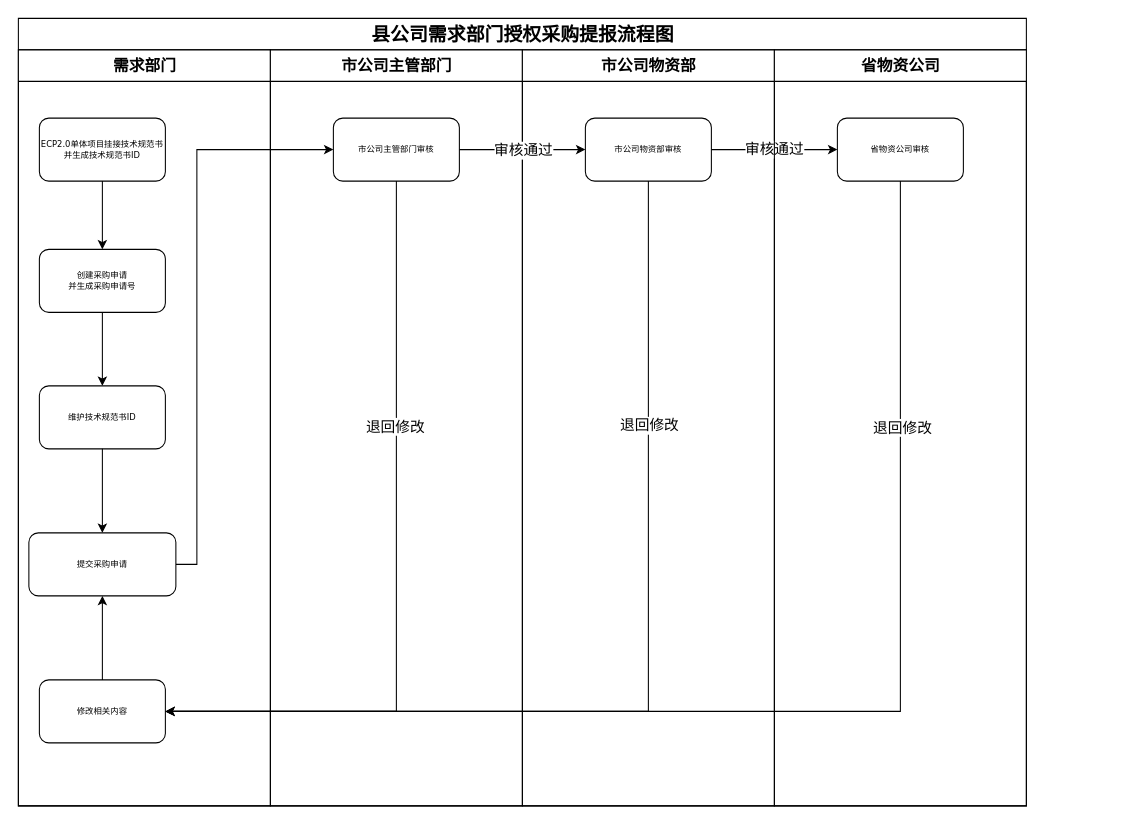
Above: 县公司提报流程.drawio in KongValley/hugo (draw.io), before the change. Source tidied: cells renumbered, new cells numbered last; positions are measured from the earlier drawing's top-left corner, leaving out a move shared by most shapes. Both pictures are drawn from the tidied source at 105%, with x=0, y=0 at pixel (18, 18).
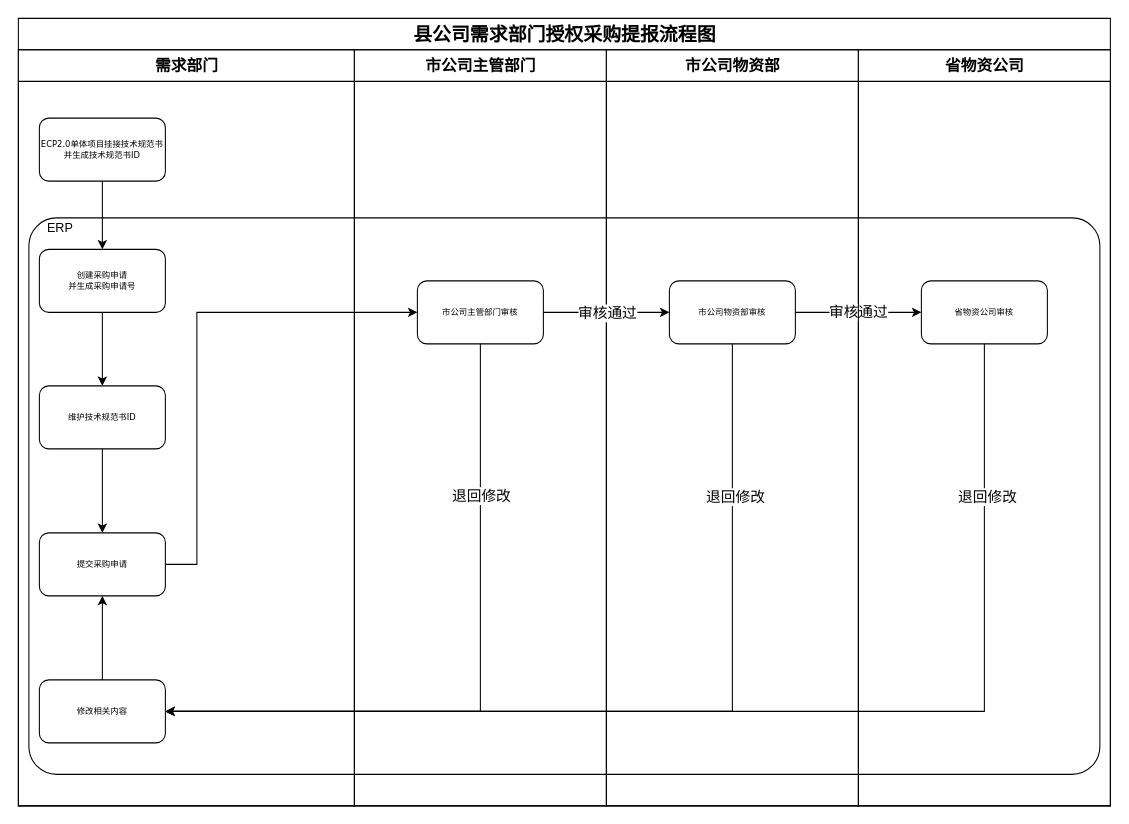
After the change.

Commit message:
Update 县公司提报流程.drawio

The change refers to these unchanged cells:
```xml
<mxCell id="24" value="修改相关内容" style="whiteSpace=wrap;html=1;rounded=1;shadow=0;fontFamily=Verdana;fontSize=8;strokeWidth=1;" parent="1" vertex="1">
  <mxGeometry x="20" y="630" width="120" height="60" as="geometry" />
</mxCell>
```

Change to the diagram source:
```diff
@@
+    <mxCell id="29" style="rounded=1;whiteSpace=wrap;html=1;rotation=0;glass=0;perimeterSpacing=0;strokeOpacity=100;arcSize=5;" parent="1" vertex="1">
+      <mxGeometry x="10" y="190" width="1020" height="530" as="geometry" />
+    </mxCell>
     <mxCell id="2" value="&lt;font style=&quot;font-size: 18px;&quot;&gt;县公司需求部门授权采购提报流程图&lt;/font&gt;" style="swimlane;html=1;startSize=30;rounded=0;shadow=0;labelBackgroundColor=none;strokeWidth=1;fontFamily=Verdana;fontSize=18;align=center;" parent="1" vertex="1">
-      <mxGeometry width="960" height="750" as="geometry" />
+      <mxGeometry width="1040" height="750" as="geometry" />
     </mxCell>
     <mxCell id="3" value="需求部门" style="swimlane;html=1;startSize=30;fontSize=15;" parent="2" vertex="1">
-      <mxGeometry y="30" width="240" height="720" as="geometry" />
+      <mxGeometry y="30" width="320" height="720" as="geometry" />
     </mxCell>
@@
+    <mxCell id="30" value="ERP" style="text;html=1;strokeColor=none;fillColor=none;align=center;verticalAlign=middle;whiteSpace=wrap;rounded=0;" parent="3" vertex="1">
+      <mxGeometry x="20" y="160" width="40" height="20" as="geometry" />
+    </mxCell>
     <mxCell id="9" value="市公司主管部门" style="swimlane;html=1;startSize=30;fontSize=15;" parent="2" vertex="1">
-      <mxGeometry x="240" y="30" width="240" height="720" as="geometry" />
+      <mxGeometry x="320" y="30" width="240" height="720" as="geometry" />
     </mxCell>
     <mxCell id="10" value="市公司主管部门审核" style="whiteSpace=wrap;html=1;rounded=1;shadow=0;fontFamily=Verdana;fontSize=8;strokeWidth=1;" parent="9" vertex="1">
-      <mxGeometry x="60" y="65" width="120" height="60" as="geometry" />
+      <mxGeometry x="60" y="220" width="120" height="60" as="geometry" />
     </mxCell>
     <mxCell id="11" value="市公司物资部" style="swimlane;html=1;startSize=30;fontSize=15;fontStyle=1;" parent="2" vertex="1">
-      <mxGeometry x="480" y="30" width="240" height="720" as="geometry" />
+      <mxGeometry x="560" y="30" width="240" height="720" as="geometry" />
     </mxCell>
     <mxCell id="12" value="市公司物资部审核" style="whiteSpace=wrap;html=1;rounded=1;shadow=0;fontFamily=Verdana;fontSize=8;strokeWidth=1;" parent="11" vertex="1">
-      <mxGeometry x="60" y="65" width="120" height="60" as="geometry" />
+      <mxGeometry x="60" y="220" width="120" height="60" as="geometry" />
     </mxCell>
@@
     <mxCell id="16" value="省物资公司" style="swimlane;html=1;startSize=30;fontSize=15;" parent="2" vertex="1">
-      <mxGeometry x="720" y="30" width="240" height="720" as="geometry" />
+      <mxGeometry x="800" y="30" width="240" height="720" as="geometry" />
     </mxCell>
     <mxCell id="17" value="省物资公司审核" style="whiteSpace=wrap;html=1;rounded=1;shadow=0;fontFamily=Verdana;fontSize=8;strokeWidth=1;" parent="16" vertex="1">
-      <mxGeometry x="60" y="65" width="120" height="60" as="geometry" />
+      <mxGeometry x="60" y="220" width="120" height="60" as="geometry" />
     </mxCell>
     <mxCell id="18" style="edgeStyle=orthogonalEdgeStyle;rounded=0;jettySize=auto;html=1;fontSize=18;" parent="1" edge="1" source="19" target="10">
       <mxGeometry relative="1" as="geometry">
         <Array as="points">
           <mxPoint x="170" y="520" />
-          <mxPoint x="170" y="125" />
+          <mxPoint x="170" y="280" />
         </Array>
       </mxGeometry>
     </mxCell>
     <mxCell id="19" value="提交采购申请" style="whiteSpace=wrap;html=1;rounded=1;shadow=0;fontFamily=Verdana;fontSize=8;strokeWidth=1;" parent="1" vertex="1">
-      <mxGeometry x="10" y="490" width="140" height="60" as="geometry" />
+      <mxGeometry x="20" y="490" width="120" height="60" as="geometry" />
     </mxCell>
@@
     <mxCell id="21" style="edgeStyle=orthogonalEdgeStyle;rounded=0;jettySize=auto;html=1;fontSize=14;entryX=1;entryY=0.5;entryDx=0;entryDy=0;" parent="1" edge="1" source="10" target="24">
       <mxGeometry relative="1" as="geometry">
         <Array as="points">
-          <mxPoint x="360" y="660" />
+          <mxPoint x="440" y="660" />
         </Array>
       </mxGeometry>
     </mxCell>
     <mxCell id="22" value="退回修改" style="edgeLabel;html=1;align=center;verticalAlign=middle;fontSize=14;" parent="21" vertex="1">
       <mxGeometry x="-0.35" y="-2" relative="1" as="geometry">
-        <mxPoint y="-3" as="offset" />
+        <mxPoint x="2" y="-67" as="offset" />
       </mxGeometry>
     </mxCell>
@@
-    <mxCell id="25" style="edgeStyle=orthogonalEdgeStyle;rounded=0;jettySize=auto;html=1;fontSize=14;entryX=1;entryY=0.5;entryDx=0;entryDy=0;" parent="1" edge="1" source="17" target="24">
+    <mxCell id="25" style="edgeStyle=orthogonalEdgeStyle;rounded=0;jettySize=auto;html=1;fontSize=14;entryX=1;entryY=0.5;entryDx=0;entryDy=0;exitX=0.5;exitY=1;exitDx=0;exitDy=0;" parent="1" edge="1" source="17" target="24">
       <mxGeometry relative="1" as="geometry">
         <Array as="points">
-          <mxPoint x="840" y="660" />
+          <mxPoint x="920" y="660" />
         </Array>
       </mxGeometry>
     </mxCell>
     <mxCell id="26" value="退回修改" style="edgeLabel;html=1;align=center;verticalAlign=middle;fontSize=14;" parent="25" vertex="1">
       <mxGeometry x="0.08" y="-1" relative="1" as="geometry">
-        <mxPoint x="147" y="-270" as="offset" />
+        <mxPoint x="262" y="-204" as="offset" />
       </mxGeometry>
     </mxCell>
-    <mxCell id="27" style="edgeStyle=orthogonalEdgeStyle;rounded=0;jettySize=auto;html=1;fontSize=14;entryX=1;entryY=0.5;entryDx=0;entryDy=0;" parent="1" edge="1" source="12" target="24">
+    <mxCell id="27" style="edgeStyle=orthogonalEdgeStyle;rounded=0;jettySize=auto;html=1;fontSize=14;entryX=1;entryY=0.5;entryDx=0;entryDy=0;exitX=0.5;exitY=1;exitDx=0;exitDy=0;" parent="1" edge="1" source="12" target="24">
       <mxGeometry relative="1" as="geometry">
         <Array as="points">
-          <mxPoint x="600" y="660" />
+          <mxPoint x="680" y="660" />
         </Array>
       </mxGeometry>
     </mxCell>
     <mxCell id="28" value="退回修改" style="edgeLabel;html=1;align=center;verticalAlign=middle;fontSize=14;" parent="27" vertex="1">
       <mxGeometry x="-0.1" relative="1" as="geometry">
-        <mxPoint y="-202" as="offset" />
+        <mxPoint x="53" y="-205" as="offset" />
       </mxGeometry>
     </mxCell>
```
